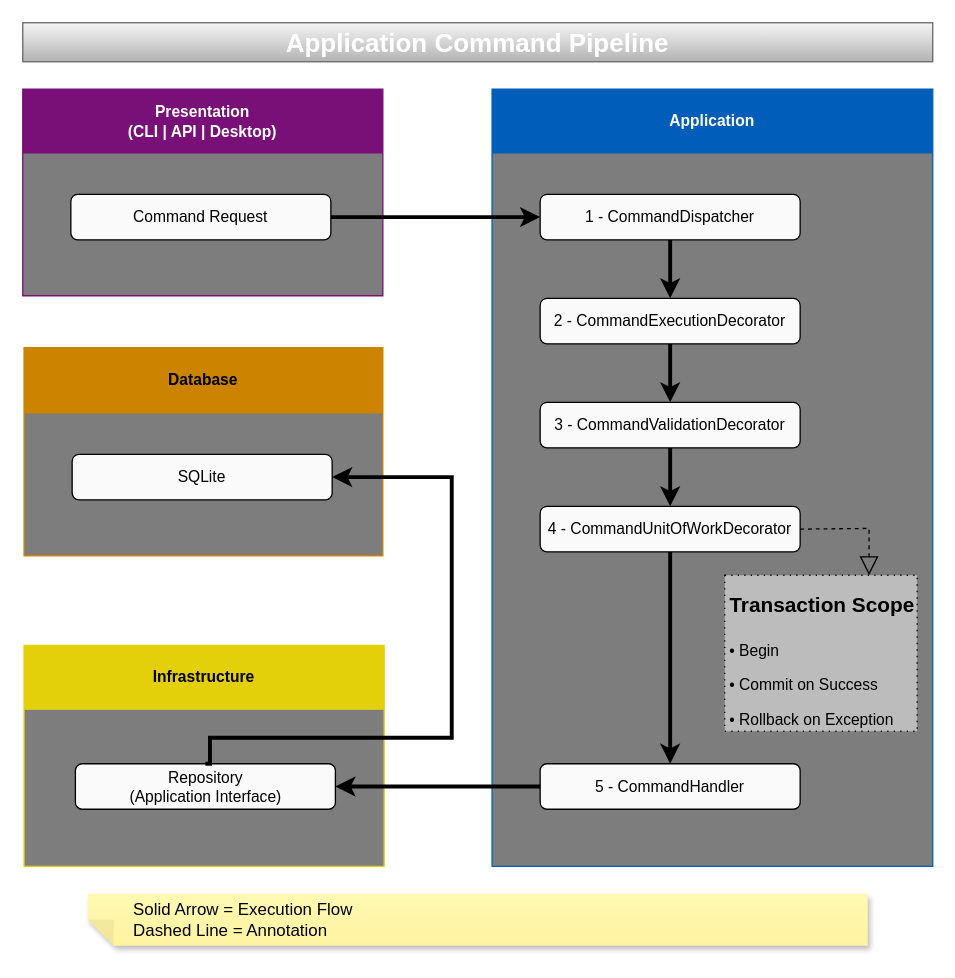
Before: docs/application/application-command-pipeline.drawio in sergio-lopes-developer/whoami, a draw.io diagram. Source tidied: cells renumbered, new cells numbered last; positions are measured from the earlier drawing's top-left corner, leaving out a move shared by most shapes. Both pictures are drawn from the tidied source at 130%, with x=0, y=0 at pixel (22, 22).
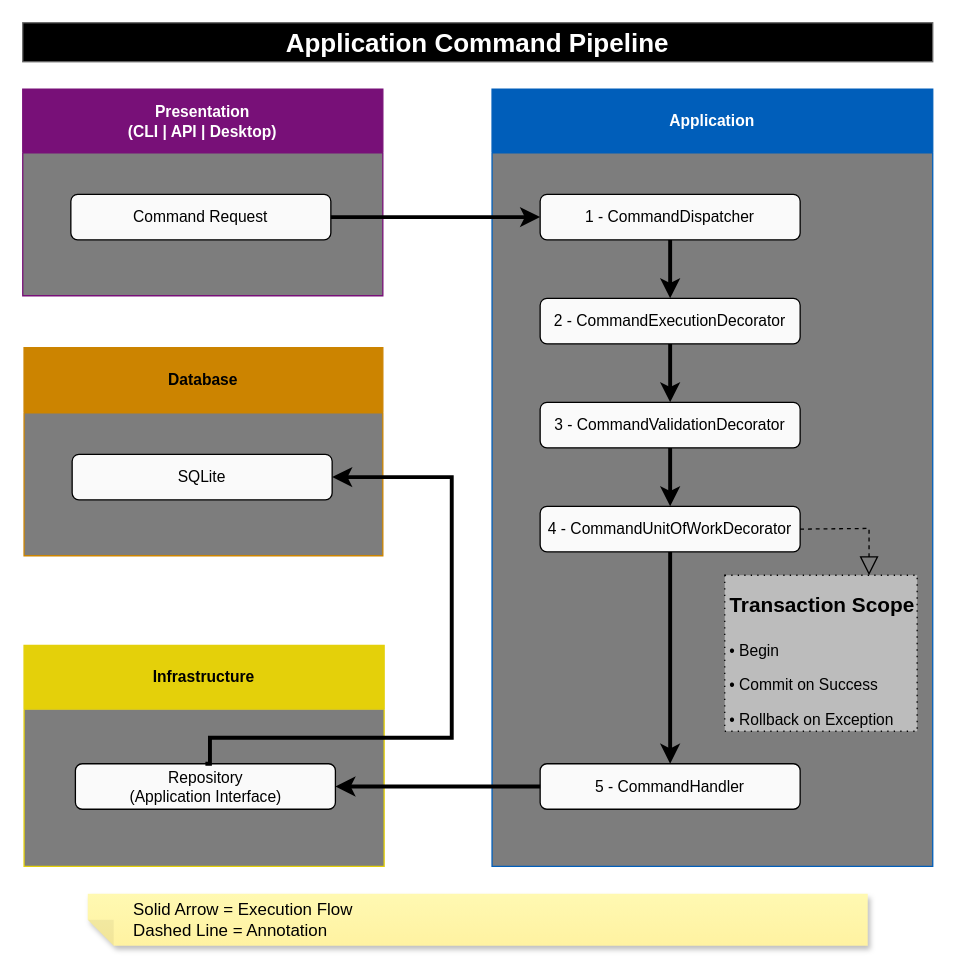
The same diagram, later.

Commit message (it also covers changes not shown here):
docs: fix diagram title backgrounds

What changed in the source:
```diff
@@
-    <mxCell id="20" value="&lt;font style=&quot;color: light-dark(rgb(255, 255, 255), rgb(255, 255, 255));&quot;&gt;Application Command Pipeline&lt;/font&gt;" style="text;html=1;whiteSpace=wrap;strokeColor=#666666;fillColor=#f5f5f5;align=center;verticalAlign=middle;rounded=0;fontSize=20;fontStyle=1;fillStyle=solid;gradientColor=#b3b3b3;fontColor=light-dark(#FFFFFF,#FFFFFF);" parent="1" vertex="1">
+    <mxCell id="20" value="&lt;font style=&quot;color: light-dark(rgb(255, 255, 255), rgb(255, 255, 255));&quot;&gt;Application Command Pipeline&lt;/font&gt;" style="text;html=1;whiteSpace=wrap;strokeColor=#666666;fillColor=#f5f5f5;align=center;verticalAlign=middle;rounded=0;fontSize=20;fontStyle=1;fillStyle=solid;gradientColor=light-dark(#535353,#535353);fontColor=light-dark(#FFFFFF,#FFFFFF);" parent="1" vertex="1">
       <mxGeometry width="700" height="30" as="geometry" />
     </mxCell>
```
